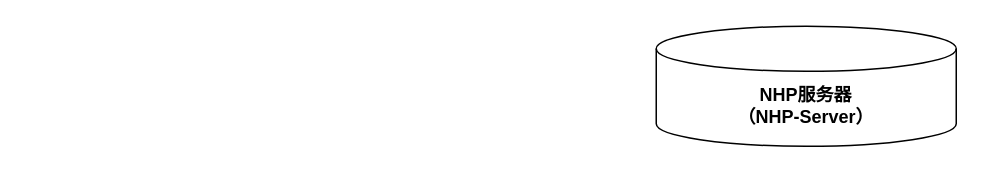
Above: dhp/opendhp_seperate_message_flow.drawio in wenhulove333/opendhp (draw.io), before the change. Source tidied: cells renumbered, new cells numbered last; positions are measured from the earlier drawing's top-left corner, leaving out a move shared by most shapes. Both pictures are drawn from the tidied source at 150%, with x=0, y=0 at pixel (656, 26).
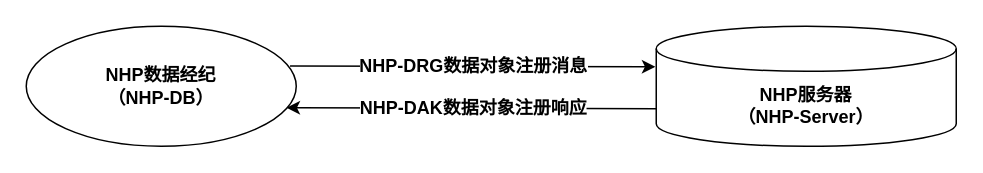
Above is the later version.

The edit, as a diff of the source:
```diff
@@
 <mxGraphModel>
   <root>
     <mxCell id="0" />
     <mxCell id="1" parent="0" />
-    <mxCell id="2" value="&lt;b&gt;NHP服务器&lt;/b&gt;&lt;div&gt;&lt;b&gt;（NHP-Server）&lt;/b&gt;&lt;/div&gt;" style="shape=cylinder3;whiteSpace=wrap;html=1;boundedLbl=1;backgroundOutline=1;size=15;" parent="1" vertex="1">
+    <mxCell id="2" value="&lt;b&gt;NHP服务器&lt;/b&gt;&lt;div&gt;&lt;b&gt;（NHP-Server）&lt;/b&gt;&lt;/div&gt;" style="shape=cylinder3;whiteSpace=wrap;html=1;boundedLbl=1;backgroundOutline=1;size=15;fillColor=none;" parent="1" vertex="1">
       <mxGeometry width="200" height="80" as="geometry" />
     </mxCell>
+    <mxCell id="3" value="&lt;b&gt;NHP数据经纪&lt;/b&gt;&lt;div&gt;&lt;b&gt;（NHP-DB）&lt;/b&gt;&lt;/div&gt;" style="ellipse;whiteSpace=wrap;html=1;fillColor=none;" parent="1" vertex="1">
+      <mxGeometry x="-420" width="180" height="80" as="geometry" />
+    </mxCell>
+    <mxCell id="4" style="endArrow=classic;html=1;rounded=0;exitX=0.977;exitY=0.332;exitDx=0;exitDy=0;entryX=-0.003;entryY=0.263;entryDx=0;entryDy=0;entryPerimeter=0;exitPerimeter=0;" parent="1" edge="1" source="3">
+      <mxGeometry relative="1" as="geometry">
+        <mxPoint x="-0.6" y="27" as="targetPoint" />
+      </mxGeometry>
+    </mxCell>
+    <mxCell id="5" value="&lt;b&gt;&lt;font style=&quot;font-size: 12px;&quot;&gt;NHP-DRG数据对象注册消息&lt;/font&gt;&lt;/b&gt;" style="edgeLabel;html=1;align=center;verticalAlign=middle;" parent="4" vertex="1">
+      <mxGeometry relative="1" as="geometry" />
+    </mxCell>
+    <mxCell id="6" style="endArrow=classic;html=1;rounded=0;entryX=0.964;entryY=0.679;entryDx=0;entryDy=0;entryPerimeter=0;exitX=0;exitY=0.625;exitDx=0;exitDy=0;exitPerimeter=0;" parent="1" edge="1" target="3">
+      <mxGeometry relative="1" as="geometry">
+        <mxPoint y="55" as="sourcePoint" />
+      </mxGeometry>
+    </mxCell>
+    <mxCell id="7" value="&lt;font style=&quot;font-size: 12px;&quot;&gt;&lt;b&gt;NHP-DAK数据对象注册响应&lt;/b&gt;&lt;/font&gt;" style="edgeLabel;html=1;align=center;verticalAlign=middle;" parent="6" vertex="1">
+      <mxGeometry relative="1" as="geometry" />
+    </mxCell>
   </root>
 </mxGraphModel>
```
